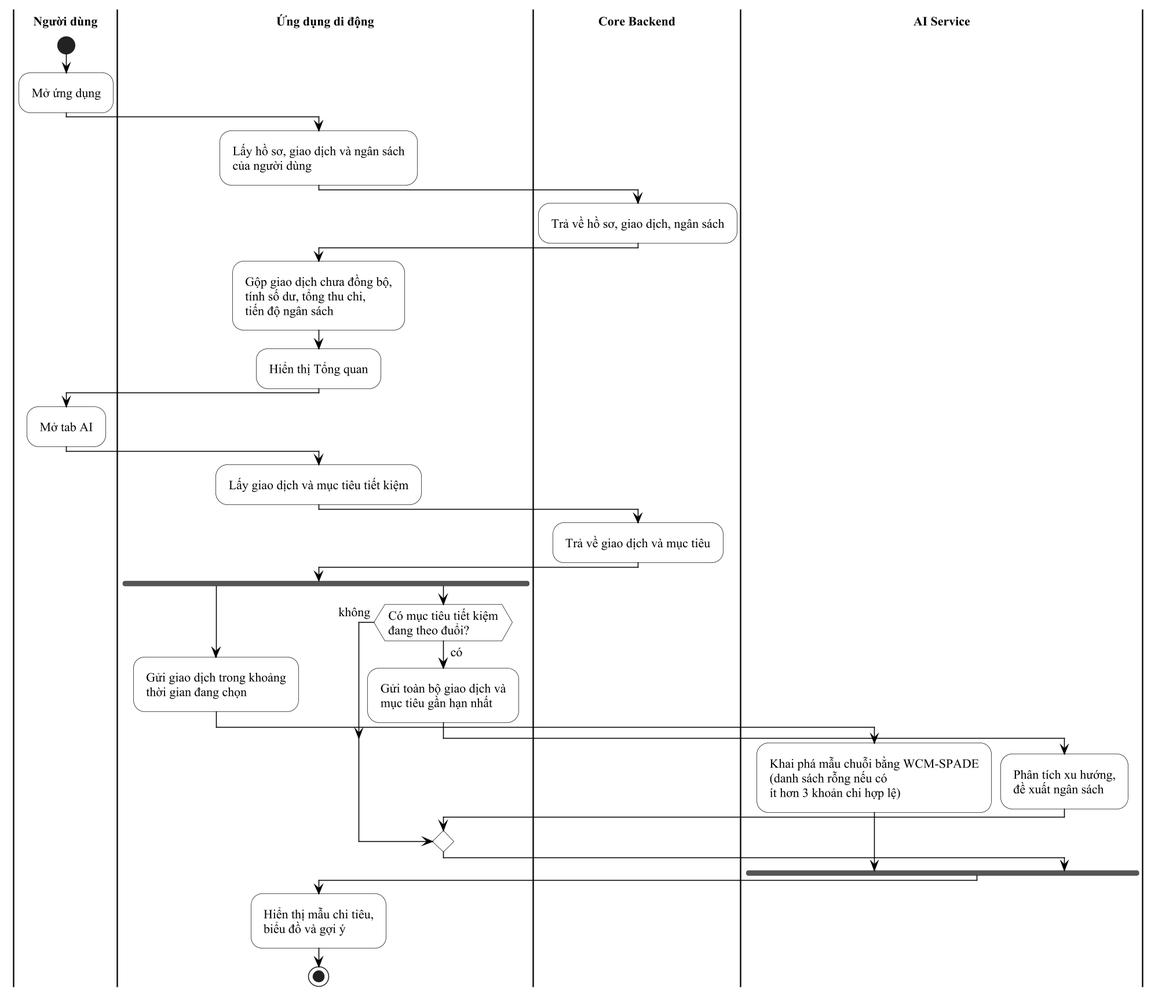
This is docs/thesis/diagrams/ch2_thong_ke_hoat_dong.png from TriPhan15/donutpay-monorepo, a PlantUML export, as it was before one commit. Source of this version:
```plantuml
@startuml ch2_thong_ke_hoat_dong
!include _style.iuml
|Người dùng|
start
:Mở ứng dụng;
|Ứng dụng di động|
:Lấy hồ sơ, giao dịch và ngân sách\ncủa người dùng;
|Core Backend|
:Trả về hồ sơ, giao dịch, ngân sách;
|Ứng dụng di động|
:Gộp giao dịch chưa đồng bộ,\ntính số dư, tổng thu chi,\ntiến độ ngân sách;
:Hiển thị Tổng quan;
|Người dùng|
:Mở tab AI;
  |Ứng dụng di động|
  :Lấy giao dịch và mục tiêu tiết kiệm;
  |Core Backend|
  :Trả về giao dịch và mục tiêu;
  |Ứng dụng di động|
  fork
    :Gửi giao dịch trong khoảng\nthời gian đang chọn;
    |AI Service|
    :Khai phá mẫu chuỗi bằng WCM-SPADE\n(danh sách rỗng nếu có\nít hơn 3 khoản chi hợp lệ);
  fork again
    |Ứng dụng di động|
    if (Có mục tiêu tiết kiệm\nđang theo đuổi?) then (có)
      :Gửi toàn bộ giao dịch và\nmục tiêu gần hạn nhất;
      |AI Service|
      :Phân tích xu hướng,\nđề xuất ngân sách;
    else (không)
    endif
  end fork
  |Ứng dụng di động|
  :Hiển thị mẫu chi tiêu,\nbiểu đồ và gợi ý;
stop
@enduml
```
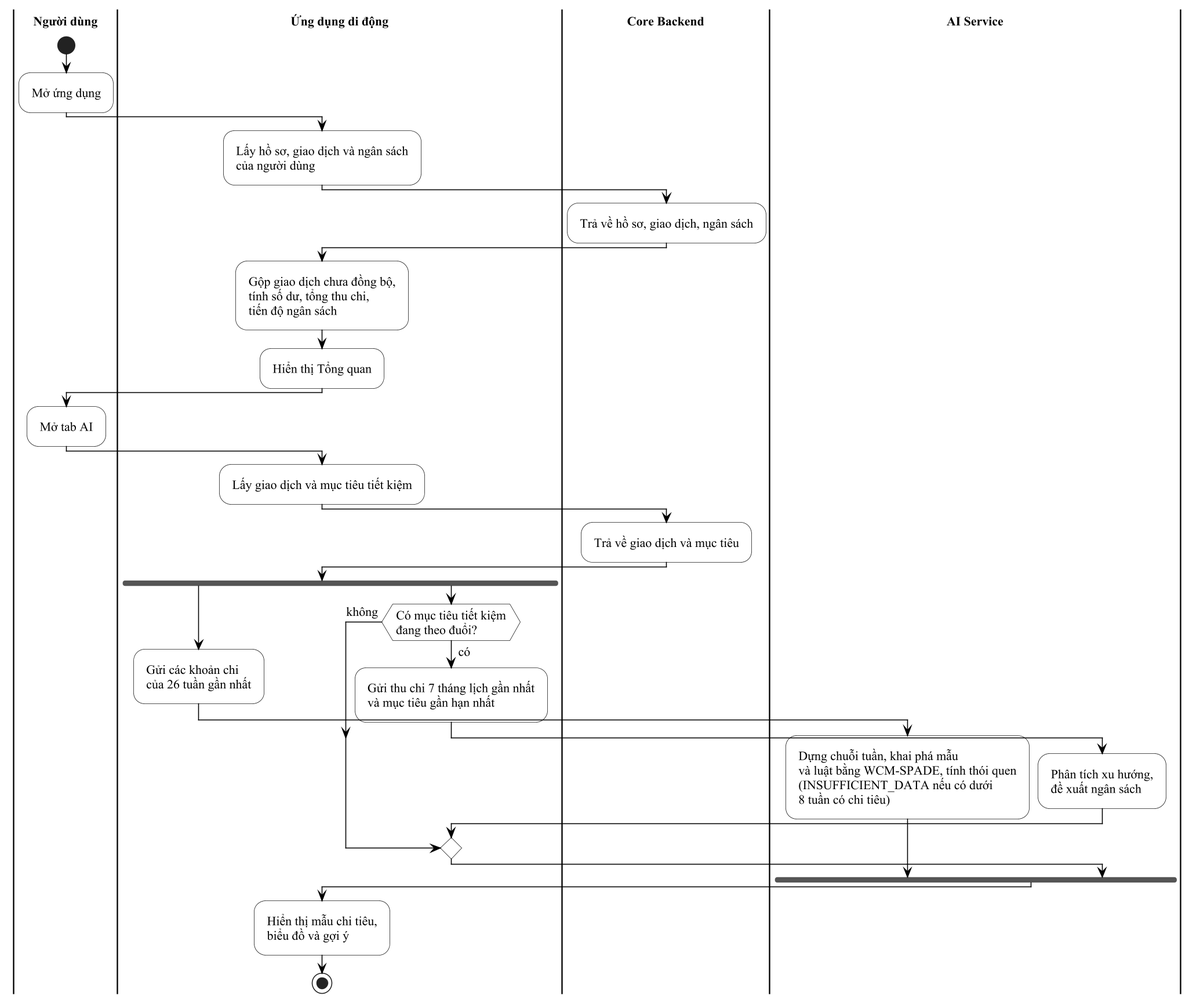
The same diagram one commit later.

Change to the diagram source:
```diff
@@ -18,13 +18,13 @@
   :Trả về giao dịch và mục tiêu;
   |Ứng dụng di động|
   fork
-    :Gửi giao dịch trong khoảng\nthời gian đang chọn;
+    :Gửi các khoản chi\ncủa 26 tuần gần nhất;
     |AI Service|
-    :Khai phá mẫu chuỗi bằng WCM-SPADE\n(danh sách rỗng nếu có\nít hơn 3 khoản chi hợp lệ);
+    :Dựng chuỗi tuần, khai phá mẫu\nvà luật bằng WCM-SPADE, tính thói quen\n(INSUFFICIENT_DATA nếu có dưới\n8 tuần có chi tiêu);
   fork again
     |Ứng dụng di động|
     if (Có mục tiêu tiết kiệm\nđang theo đuổi?) then (có)
-      :Gửi toàn bộ giao dịch và\nmục tiêu gần hạn nhất;
+      :Gửi thu chi 7 tháng lịch gần nhất\nvà mục tiêu gần hạn nhất;
       |AI Service|
       :Phân tích xu hướng,\nđề xuất ngân sách;
     else (không)
```
